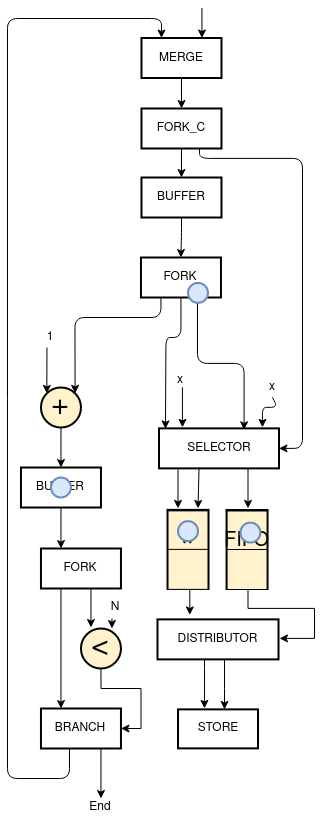
Above: animation_tehb_2.png in axelmarmet/intermediary-presentation (draw.io), before the change. Source tidied: cells renumbered, new cells last; positions are measured from the earlier drawing's top-left corner, leaving out a move shared by most shapes. Source of this version:
```xml
<mxGraphModel>
  <root>
    <mxCell id="0" />
    <mxCell id="1" parent="0" />
    <mxCell id="2" style="endArrow=classic;html=1;entryX=0.75;entryY=0;entryDx=0;entryDy=0;" parent="1" edge="1">
      <mxGeometry relative="1" as="geometry">
        <mxPoint x="174.9" y="379.9" as="sourcePoint" />
        <mxPoint x="174.9" y="419.9" as="targetPoint" />
      </mxGeometry>
    </mxCell>
    <mxCell id="3" style="endArrow=classic;html=1;entryX=0.054;entryY=0.012;entryDx=0;entryDy=0;exitX=0.5;exitY=1;exitDx=0;exitDy=0;entryPerimeter=0;" parent="1" edge="1" source="8" target="34">
      <mxGeometry relative="1" as="geometry">
        <Array as="points">
          <mxPoint x="173.5" y="330" />
          <mxPoint x="158.5" y="330" />
        </Array>
      </mxGeometry>
    </mxCell>
    <mxCell id="4" style="endArrow=classic;html=1;entryX=0.75;entryY=0;entryDx=0;entryDy=0;exitX=0.5;exitY=1;exitDx=0;exitDy=0;" parent="1" edge="1" source="5">
      <mxGeometry relative="1" as="geometry">
        <mxPoint x="254.9" y="419.9" as="targetPoint" />
        <Array as="points">
          <mxPoint x="269.9" y="399.9" />
          <mxPoint x="254.9" y="399.9" />
        </Array>
      </mxGeometry>
    </mxCell>
    <mxCell id="5" value="&lt;div&gt;x&lt;br&gt;&lt;/div&gt;" style="text;html=1;strokeColor=none;fillColor=none;align=center;verticalAlign=middle;whiteSpace=wrap;rounded=0;" parent="1" vertex="1">
      <mxGeometry x="244.9" y="369.9" width="40" height="20" as="geometry" />
    </mxCell>
    <mxCell id="6" value="&lt;div&gt;x&lt;br&gt;&lt;/div&gt;" style="text;html=1;strokeColor=none;fillColor=none;align=center;verticalAlign=middle;whiteSpace=wrap;rounded=0;" parent="1" vertex="1">
      <mxGeometry x="153.5" y="363.2" width="40" height="20" as="geometry" />
    </mxCell>
    <mxCell id="7" style="edgeStyle=orthogonalEdgeStyle;rounded=1;jumpStyle=arc;jettySize=auto;html=1;entryX=0.709;entryY=0.036;entryDx=0;entryDy=0;entryPerimeter=0;fontSize=15;fontColor=#FF0000;" parent="1" edge="1" source="8" target="34">
      <mxGeometry relative="1" as="geometry">
        <Array as="points">
          <mxPoint x="190" y="355.9" />
          <mxPoint x="237" y="355.9" />
        </Array>
      </mxGeometry>
    </mxCell>
    <mxCell id="8" value="FORK" style="rounded=0;whiteSpace=wrap;html=1;strokeColor=#000000;strokeWidth=2;" parent="1" vertex="1">
      <mxGeometry x="133.5" y="250" width="80" height="40" as="geometry" />
    </mxCell>
    <mxCell id="9" style="edgeStyle=orthogonalEdgeStyle;rounded=0;jettySize=auto;html=1;" parent="1" edge="1" source="10" target="45">
      <mxGeometry relative="1" as="geometry" />
    </mxCell>
    <mxCell id="10" value="MERGE" style="rounded=0;whiteSpace=wrap;html=1;strokeColor=#000000;strokeWidth=2;" parent="1" vertex="1">
      <mxGeometry x="134" y="30.5" width="80" height="40" as="geometry" />
    </mxCell>
    <mxCell id="11" style="edgeStyle=orthogonalEdgeStyle;rounded=0;jettySize=auto;html=1;fontSize=30;" parent="1" edge="1" source="12" target="32">
      <mxGeometry relative="1" as="geometry" />
    </mxCell>
    <mxCell id="12" value="&lt;div style=&quot;font-size: 30px&quot;&gt;&lt;font style=&quot;font-size: 30px&quot;&gt;+&lt;br&gt;&lt;/font&gt;&lt;/div&gt;" style="ellipse;whiteSpace=wrap;html=1;strokeColor=#000000;strokeWidth=2;fillColor=#fff2cc;" parent="1" vertex="1">
      <mxGeometry x="33.5" y="380" width="40" height="40" as="geometry" />
    </mxCell>
    <mxCell id="13" style="endArrow=classic;html=1;exitX=0.25;exitY=1;exitDx=0;exitDy=0;entryX=1;entryY=0;entryDx=0;entryDy=0;" parent="1" edge="1" source="8" target="12">
      <mxGeometry relative="1" as="geometry">
        <Array as="points">
          <mxPoint x="153.5" y="310" />
          <mxPoint x="67.5" y="310" />
        </Array>
      </mxGeometry>
    </mxCell>
    <mxCell id="14" style="endArrow=classic;html=1;entryX=0;entryY=0;entryDx=0;entryDy=0;" parent="1" edge="1" target="12">
      <mxGeometry relative="1" as="geometry">
        <mxPoint x="39.5" y="340" as="sourcePoint" />
      </mxGeometry>
    </mxCell>
    <mxCell id="15" style="edgeStyle=orthogonalEdgeStyle;rounded=0;jettySize=auto;html=1;entryX=1;entryY=0.5;entryDx=0;entryDy=0;fontSize=30;" parent="1" edge="1" source="16" target="25">
      <mxGeometry relative="1" as="geometry" />
    </mxCell>
    <mxCell id="16" value="&amp;lt;" style="ellipse;whiteSpace=wrap;html=1;strokeColor=#000000;strokeWidth=2;fillColor=#fff2cc;fontSize=30;" parent="1" vertex="1">
      <mxGeometry x="73.5" y="621" width="40" height="40" as="geometry" />
    </mxCell>
    <mxCell id="17" style="edgeStyle=orthogonalEdgeStyle;rounded=0;jettySize=auto;html=1;exitX=0.25;exitY=1;exitDx=0;exitDy=0;entryX=0.25;entryY=-0.025;entryDx=0;entryDy=0;entryPerimeter=0;fontSize=30;" parent="1" edge="1" source="18" target="16">
      <mxGeometry relative="1" as="geometry" />
    </mxCell>
    <mxCell id="18" value="N" style="text;html=1;strokeColor=none;fillColor=none;align=center;verticalAlign=middle;whiteSpace=wrap;rounded=0;" parent="1" vertex="1">
      <mxGeometry x="73.5" y="561" width="40" height="20" as="geometry" />
    </mxCell>
    <mxCell id="19" value="FORK" style="rounded=0;whiteSpace=wrap;html=1;strokeColor=#000000;strokeWidth=2;" parent="1" vertex="1">
      <mxGeometry x="33.5" y="541" width="80" height="40" as="geometry" />
    </mxCell>
    <mxCell id="20" style="edgeStyle=orthogonalEdgeStyle;rounded=0;jettySize=auto;html=1;entryX=0.775;entryY=0;entryDx=0;entryDy=0;entryPerimeter=0;fontSize=30;" parent="1" edge="1" target="16">
      <mxGeometry relative="1" as="geometry">
        <mxPoint x="104.5" y="611" as="sourcePoint" />
      </mxGeometry>
    </mxCell>
    <mxCell id="21" value="N" style="text;html=1;strokeColor=none;fillColor=none;align=center;verticalAlign=middle;whiteSpace=wrap;rounded=0;" parent="1" vertex="1">
      <mxGeometry x="88.5" y="590" width="40" height="20" as="geometry" />
    </mxCell>
    <mxCell id="22" style="edgeStyle=orthogonalEdgeStyle;rounded=0;jettySize=auto;html=1;fontSize=30;exitX=0.25;exitY=1;exitDx=0;exitDy=0;" parent="1" edge="1" source="19">
      <mxGeometry relative="1" as="geometry">
        <mxPoint x="53.5" y="701" as="targetPoint" />
      </mxGeometry>
    </mxCell>
    <mxCell id="23" style="edgeStyle=orthogonalEdgeStyle;rounded=0;jettySize=auto;html=1;fontSize=30;" parent="1" edge="1" source="25">
      <mxGeometry relative="1" as="geometry">
        <mxPoint x="93.5" y="791" as="targetPoint" />
        <Array as="points">
          <mxPoint x="93.5" y="791" />
        </Array>
      </mxGeometry>
    </mxCell>
    <mxCell id="24" style="edgeStyle=orthogonalEdgeStyle;rounded=1;jettySize=auto;html=1;entryX=0.25;entryY=0;entryDx=0;entryDy=0;fontSize=30;" parent="1" edge="1" source="25" target="10">
      <mxGeometry relative="1" as="geometry">
        <Array as="points">
          <mxPoint x="62" y="771" />
          <mxPoint y="771" />
          <mxPoint y="11" />
          <mxPoint x="154" y="11" />
        </Array>
      </mxGeometry>
    </mxCell>
    <mxCell id="25" value="BRANCH" style="rounded=0;whiteSpace=wrap;html=1;strokeColor=#000000;strokeWidth=2;" parent="1" vertex="1">
      <mxGeometry x="33.5" y="701" width="80" height="40" as="geometry" />
    </mxCell>
    <mxCell id="26" style="edgeStyle=orthogonalEdgeStyle;rounded=0;orthogonalLoop=1;jettySize=auto;html=1;" parent="1" edge="1">
      <mxGeometry relative="1" as="geometry">
        <mxPoint x="194.4" y="0.5" as="sourcePoint" />
        <mxPoint x="194.4" y="30.5" as="targetPoint" />
      </mxGeometry>
    </mxCell>
    <mxCell id="27" value="1" style="text;html=1;strokeColor=none;fillColor=none;align=center;verticalAlign=middle;whiteSpace=wrap;rounded=0;" parent="1" vertex="1">
      <mxGeometry x="23.5" y="320" width="40" height="20" as="geometry" />
    </mxCell>
    <mxCell id="28" value="End" style="text;html=1;strokeColor=none;fillColor=none;align=center;verticalAlign=middle;whiteSpace=wrap;rounded=0;rotation=0;" parent="1" vertex="1">
      <mxGeometry x="73.5" y="790" width="40" height="20" as="geometry" />
    </mxCell>
    <mxCell id="29" style="edgeStyle=orthogonalEdgeStyle;rounded=1;jettySize=auto;html=1;entryX=0.5;entryY=0;entryDx=0;entryDy=0;fontSize=30;" parent="1" edge="1" source="30" target="8">
      <mxGeometry relative="1" as="geometry" />
    </mxCell>
    <mxCell id="30" value="BUFFER" style="rounded=0;whiteSpace=wrap;html=1;strokeColor=#000000;strokeWidth=2;" parent="1" vertex="1">
      <mxGeometry x="134" y="170" width="80" height="40" as="geometry" />
    </mxCell>
    <mxCell id="31" style="edgeStyle=orthogonalEdgeStyle;rounded=0;jettySize=auto;html=1;entryX=0.25;entryY=0;entryDx=0;entryDy=0;fontSize=30;" parent="1" edge="1" source="32" target="19">
      <mxGeometry relative="1" as="geometry" />
    </mxCell>
    <mxCell id="32" value="BUFFER" style="rounded=0;whiteSpace=wrap;html=1;strokeColor=#000000;strokeWidth=2;" parent="1" vertex="1">
      <mxGeometry x="13.5" y="460" width="80" height="40" as="geometry" />
    </mxCell>
    <mxCell id="33" style="edgeStyle=orthogonalEdgeStyle;rounded=0;orthogonalLoop=1;jettySize=auto;html=1;fontSize=30;" parent="1" edge="1">
      <mxGeometry relative="1" as="geometry">
        <mxPoint x="240.5" y="460.9" as="sourcePoint" />
        <mxPoint x="240.5" y="500.9" as="targetPoint" />
        <Array as="points">
          <mxPoint x="240.5" y="470.9" />
          <mxPoint x="240.5" y="470.9" />
        </Array>
      </mxGeometry>
    </mxCell>
    <mxCell id="34" value="SELECTOR" style="rounded=0;whiteSpace=wrap;html=1;strokeColor=#000000;strokeWidth=2;" parent="1" vertex="1">
      <mxGeometry x="151.5" y="420.9" width="120" height="40" as="geometry" />
    </mxCell>
    <mxCell id="35" style="edgeStyle=orthogonalEdgeStyle;rounded=0;orthogonalLoop=1;jettySize=auto;html=1;entryX=0.263;entryY=-0.086;entryDx=0;entryDy=0;entryPerimeter=0;fontSize=30;" parent="1" edge="1">
      <mxGeometry relative="1" as="geometry">
        <mxPoint x="180.5" y="580.9" as="sourcePoint" />
        <mxPoint x="182.3" y="607.4" as="targetPoint" />
      </mxGeometry>
    </mxCell>
    <mxCell id="36" style="endArrow=classic;html=1;entryX=0.75;entryY=0;entryDx=0;entryDy=0;exitX=0.342;exitY=0.979;exitDx=0;exitDy=0;exitPerimeter=0;" parent="1" edge="1">
      <mxGeometry relative="1" as="geometry">
        <mxPoint x="191.5" y="460" as="sourcePoint" />
        <mxPoint x="190.5" y="500.9" as="targetPoint" />
      </mxGeometry>
    </mxCell>
    <mxCell id="37" style="endArrow=classic;html=1;entryX=0.25;entryY=0;entryDx=0;entryDy=0;" parent="1" edge="1">
      <mxGeometry relative="1" as="geometry">
        <mxPoint x="170.5" y="461.9" as="sourcePoint" />
        <mxPoint x="170.5" y="500.9" as="targetPoint" />
      </mxGeometry>
    </mxCell>
    <mxCell id="38" style="edgeStyle=orthogonalEdgeStyle;rounded=0;jettySize=auto;html=1;entryX=0.331;entryY=-0.026;entryDx=0;entryDy=0;entryPerimeter=0;" parent="1" edge="1" source="40" target="42">
      <mxGeometry relative="1" as="geometry">
        <Array as="points">
          <mxPoint x="197" y="660.9" />
          <mxPoint x="197" y="660.9" />
        </Array>
      </mxGeometry>
    </mxCell>
    <mxCell id="39" style="edgeStyle=orthogonalEdgeStyle;rounded=0;jettySize=auto;html=1;" parent="1" edge="1" source="40" target="42">
      <mxGeometry relative="1" as="geometry">
        <Array as="points">
          <mxPoint x="217" y="680.9" />
          <mxPoint x="217" y="680.9" />
        </Array>
      </mxGeometry>
    </mxCell>
    <mxCell id="40" value="DISTRIBUTOR" style="rounded=0;whiteSpace=wrap;html=1;strokeColor=#000000;strokeWidth=2;" parent="1" vertex="1">
      <mxGeometry x="150" y="611.9" width="121" height="40" as="geometry" />
    </mxCell>
    <mxCell id="41" style="edgeStyle=orthogonalEdgeStyle;rounded=0;orthogonalLoop=1;jettySize=auto;html=1;fontSize=30;exitX=0.5;exitY=1;exitDx=0;exitDy=0;" parent="1" edge="1">
      <mxGeometry relative="1" as="geometry">
        <mxPoint x="240.5" y="580.9" as="sourcePoint" />
        <mxPoint x="272" y="630.9" as="targetPoint" />
        <Array as="points">
          <mxPoint x="240" y="600.9" />
          <mxPoint x="307" y="600.9" />
          <mxPoint x="307" y="630.9" />
        </Array>
      </mxGeometry>
    </mxCell>
    <mxCell id="42" value="STORE" style="rounded=0;whiteSpace=wrap;html=1;strokeColor=#000000;strokeWidth=2;" parent="1" vertex="1">
      <mxGeometry x="170.5" y="701.9" width="80" height="39" as="geometry" />
    </mxCell>
    <mxCell id="43" style="edgeStyle=orthogonalEdgeStyle;rounded=0;jettySize=auto;html=1;entryX=0.5;entryY=0;entryDx=0;entryDy=0;" parent="1" edge="1" source="45" target="30">
      <mxGeometry relative="1" as="geometry" />
    </mxCell>
    <mxCell id="44" style="edgeStyle=orthogonalEdgeStyle;rounded=1;jettySize=auto;html=1;entryX=1;entryY=0.5;entryDx=0;entryDy=0;" parent="1" edge="1" source="45" target="34">
      <mxGeometry relative="1" as="geometry">
        <Array as="points">
          <mxPoint x="192" y="150.9" />
          <mxPoint x="295" y="150.9" />
          <mxPoint x="295" y="440.9" />
        </Array>
      </mxGeometry>
    </mxCell>
    <mxCell id="45" value="FORK_C" style="rounded=0;whiteSpace=wrap;html=1;strokeColor=#000000;strokeWidth=2;" parent="1" vertex="1">
      <mxGeometry x="134" y="101" width="80" height="40" as="geometry" />
    </mxCell>
    <mxCell id="46" style="group;" parent="1" vertex="1">
      <mxGeometry x="160.5" y="502.9" width="40" height="78" as="geometry" />
    </mxCell>
    <mxCell id="47" style="group;" parent="46" vertex="1">
      <mxGeometry width="40" height="78" as="geometry" />
    </mxCell>
    <mxCell id="48" style="group;" parent="47" vertex="1">
      <mxGeometry width="40" height="78" as="geometry" />
    </mxCell>
    <mxCell id="49" style="rounded=0;whiteSpace=wrap;html=1;strokeWidth=3;fontSize=20;" parent="48" vertex="1">
      <mxGeometry width="40" height="78" as="geometry" />
    </mxCell>
    <mxCell id="50" style="rounded=0;whiteSpace=wrap;html=1;strokeWidth=1;fontSize=20;fillColor=#fff2cc;strokeColor=#000000;" parent="48" vertex="1">
      <mxGeometry y="0.5" width="40" height="40.5" as="geometry" />
    </mxCell>
    <mxCell id="51" style="rounded=0;whiteSpace=wrap;html=1;strokeWidth=1;fontSize=20;fillColor=#fff2cc;strokeColor=#000000;" parent="48" vertex="1">
      <mxGeometry y="39" width="40" height="40" as="geometry" />
    </mxCell>
    <mxCell id="52" value="&lt;font style=&quot;font-size: 40px;&quot;&gt;*&lt;/font&gt;" style="text;html=1;strokeColor=none;fillColor=none;align=center;verticalAlign=middle;whiteSpace=wrap;rounded=0;fontSize=40;" parent="48" vertex="1">
      <mxGeometry x="6.7" y="34.1" width="26.7" height="13" as="geometry" />
    </mxCell>
    <mxCell id="53" style="ellipse;whiteSpace=wrap;html=1;strokeColor=#6c8ebf;strokeWidth=2;fontSize=40;fillColor=#dae8fc;" parent="48" vertex="1">
      <mxGeometry x="10" y="10.8" width="20" height="20" as="geometry" />
    </mxCell>
    <mxCell id="54" style="group;" parent="1" vertex="1">
      <mxGeometry x="219.6" y="503" width="40" height="78" as="geometry" />
    </mxCell>
    <mxCell id="55" style="group;" parent="54" vertex="1">
      <mxGeometry width="40" height="78" as="geometry" />
    </mxCell>
    <mxCell id="56" style="group;" parent="55" vertex="1">
      <mxGeometry width="40" height="78" as="geometry" />
    </mxCell>
    <mxCell id="57" style="rounded=0;whiteSpace=wrap;html=1;strokeWidth=3;fontSize=20;" parent="56" vertex="1">
      <mxGeometry width="40" height="78" as="geometry" />
    </mxCell>
    <mxCell id="58" style="rounded=0;whiteSpace=wrap;html=1;strokeWidth=1;fontSize=20;fillColor=#fff2cc;strokeColor=#000000;" parent="56" vertex="1">
      <mxGeometry y="0.5" width="40" height="40.5" as="geometry" />
    </mxCell>
    <mxCell id="59" style="rounded=0;whiteSpace=wrap;html=1;strokeWidth=1;fontSize=20;fillColor=#fff2cc;strokeColor=#000000;" parent="56" vertex="1">
      <mxGeometry y="39" width="40" height="40" as="geometry" />
    </mxCell>
    <mxCell id="60" value="&lt;font style=&quot;font-size: 20px&quot;&gt;FIFO&lt;/font&gt;" style="text;html=1;strokeColor=none;fillColor=none;align=center;verticalAlign=middle;whiteSpace=wrap;rounded=0;fontSize=40;" parent="56" vertex="1">
      <mxGeometry x="6.7" y="19.1" width="26.7" height="13" as="geometry" />
    </mxCell>
    <mxCell id="61" style="ellipse;whiteSpace=wrap;html=1;strokeColor=#6c8ebf;strokeWidth=2;fontSize=40;fillColor=#dae8fc;" parent="56" vertex="1">
      <mxGeometry x="13.3" y="12.1" width="20" height="20" as="geometry" />
    </mxCell>
    <mxCell id="62" style="ellipse;whiteSpace=wrap;html=1;strokeColor=#6c8ebf;strokeWidth=2;fontSize=40;fillColor=#dae8fc;" parent="1" vertex="1">
      <mxGeometry x="43.5" y="470" width="20" height="20" as="geometry" />
    </mxCell>
    <mxCell id="63" style="ellipse;whiteSpace=wrap;html=1;strokeColor=#6c8ebf;strokeWidth=2;fontSize=40;fillColor=#dae8fc;" parent="1" vertex="1">
      <mxGeometry x="180.5" y="275.4" width="20" height="20" as="geometry" />
    </mxCell>
  </root>
</mxGraphModel>
```
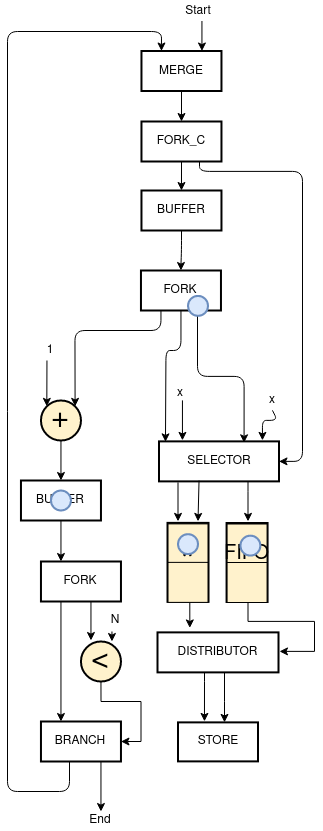
The same diagram one commit later.

The edit, as a diff of the source:
```diff
@@ -273,5 +273,8 @@
     <mxCell id="63" style="ellipse;whiteSpace=wrap;html=1;strokeColor=#6c8ebf;strokeWidth=2;fontSize=40;fillColor=#dae8fc;" parent="1" vertex="1">
       <mxGeometry x="180.5" y="275.4" width="20" height="20" as="geometry" />
     </mxCell>
+    <mxCell id="64" value="Start" style="text;html=1;strokeColor=none;fillColor=none;align=center;verticalAlign=middle;whiteSpace=wrap;rounded=0;" parent="1" vertex="1">
+      <mxGeometry x="170.5" y="-19.5" width="40" height="20" as="geometry" />
+    </mxCell>
   </root>
 </mxGraphModel>
```
